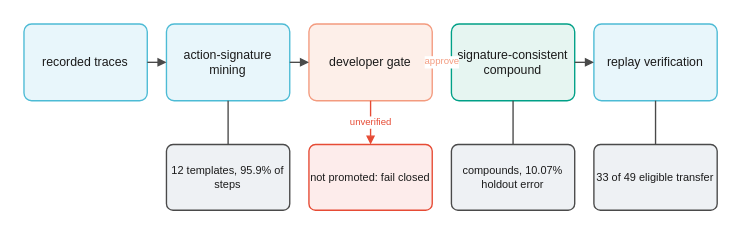
This is docs/diagrams/wide_dia_3_learning_pipeline.drawio from chenxingqiang/thinkbase-project, a draw.io file, before an edit. Source tidied: cells renumbered, new cells numbered last; positions are measured from the earlier drawing's top-left corner, leaving out a move shared by most shapes. Both pictures are drawn from the tidied source at 137%, with x=0, y=0 at pixel (23, 23).
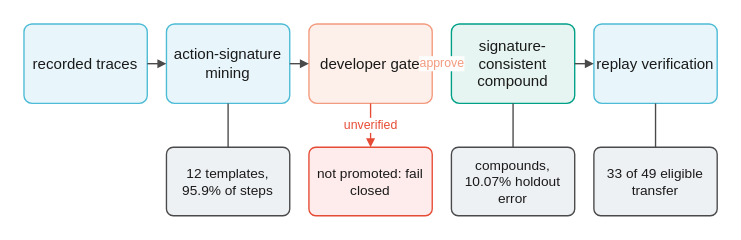
The same page after the edit.

What changed in the source:
```diff
@@
 <mxGraphModel>
   <root>
     <mxCell id="0" />
     <mxCell id="1" parent="0" />
-    <mxCell id="2" value="recorded traces" style="rounded=1;whiteSpace=wrap;html=1;arcSize=10;fillColor=#e8f6fb;strokeColor=#4dbbd5;strokeWidth=1;fontFamily=Helvetica;fontSize=9;fontColor=#1a1a1a;align=center;verticalAlign=middle;" parent="1" vertex="1">
-      <mxGeometry width="90" height="56" as="geometry" />
+    <mxCell id="2" value="recorded traces" style="rounded=1;whiteSpace=wrap;html=1;arcSize=10;fillColor=#e8f6fb;strokeColor=#4dbbd5;strokeWidth=1;fontFamily=Helvetica;fontSize=11;fontColor=#1a1a1a;align=center;verticalAlign=middle;" parent="1" vertex="1">
+      <mxGeometry width="90" height="58" as="geometry" />
     </mxCell>
-    <mxCell id="3" value="action-signature mining" style="rounded=1;whiteSpace=wrap;html=1;arcSize=10;fillColor=#e8f6fb;strokeColor=#4dbbd5;strokeWidth=1;fontFamily=Helvetica;fontSize=9;fontColor=#1a1a1a;align=center;verticalAlign=middle;" parent="1" vertex="1">
-      <mxGeometry x="104" width="90" height="56" as="geometry" />
+    <mxCell id="3" value="action-signature mining" style="rounded=1;whiteSpace=wrap;html=1;arcSize=10;fillColor=#e8f6fb;strokeColor=#4dbbd5;strokeWidth=1;fontFamily=Helvetica;fontSize=11;fontColor=#1a1a1a;align=center;verticalAlign=middle;" parent="1" vertex="1">
+      <mxGeometry x="104" width="90" height="58" as="geometry" />
     </mxCell>
-    <mxCell id="4" value="developer gate" style="rounded=1;whiteSpace=wrap;html=1;arcSize=10;fillColor=#fdefe9;strokeColor=#f39b7f;strokeWidth=1;fontFamily=Helvetica;fontSize=9;fontColor=#1a1a1a;align=center;verticalAlign=middle;" parent="1" vertex="1">
-      <mxGeometry x="208" width="90" height="56" as="geometry" />
+    <mxCell id="4" value="developer gate" style="rounded=1;whiteSpace=wrap;html=1;arcSize=10;fillColor=#fdefe9;strokeColor=#f39b7f;strokeWidth=1;fontFamily=Helvetica;fontSize=11;fontColor=#1a1a1a;align=center;verticalAlign=middle;" parent="1" vertex="1">
+      <mxGeometry x="208" width="90" height="58" as="geometry" />
     </mxCell>
-    <mxCell id="5" value="signature-consistent compound" style="rounded=1;whiteSpace=wrap;html=1;arcSize=10;fillColor=#e6f5f1;strokeColor=#00a087;strokeWidth=1;fontFamily=Helvetica;fontSize=9;fontColor=#1a1a1a;align=center;verticalAlign=middle;" parent="1" vertex="1">
-      <mxGeometry x="312" width="90" height="56" as="geometry" />
+    <mxCell id="5" value="signature-consistent compound" style="rounded=1;whiteSpace=wrap;html=1;arcSize=10;fillColor=#e6f5f1;strokeColor=#00a087;strokeWidth=1;fontFamily=Helvetica;fontSize=11;fontColor=#1a1a1a;align=center;verticalAlign=middle;" parent="1" vertex="1">
+      <mxGeometry x="312" width="90" height="58" as="geometry" />
     </mxCell>
-    <mxCell id="6" value="replay verification" style="rounded=1;whiteSpace=wrap;html=1;arcSize=10;fillColor=#e8f6fb;strokeColor=#4dbbd5;strokeWidth=1;fontFamily=Helvetica;fontSize=9;fontColor=#1a1a1a;align=center;verticalAlign=middle;" parent="1" vertex="1">
-      <mxGeometry x="416" width="90" height="56" as="geometry" />
+    <mxCell id="6" value="replay verification" style="rounded=1;whiteSpace=wrap;html=1;arcSize=10;fillColor=#e8f6fb;strokeColor=#4dbbd5;strokeWidth=1;fontFamily=Helvetica;fontSize=11;fontColor=#1a1a1a;align=center;verticalAlign=middle;" parent="1" vertex="1">
+      <mxGeometry x="416" width="90" height="58" as="geometry" />
     </mxCell>
     <mxCell id="7" style="edgeStyle=orthogonalEdgeStyle;rounded=1;curved=0;html=1;strokeColor=#4a4a4a;strokeWidth=1;endArrow=block;endFill=1;endSize=4;exitX=1;exitY=0.5;exitDx=0;exitDy=0;entryX=0;entryY=0.5;entryDx=0;entryDy=0;fontFamily=Helvetica;fontSize=8;fontColor=#4a4a4a;labelBackgroundColor=#ffffff;" parent="1" edge="1" source="2" target="3">
       <mxGeometry relative="1" as="geometry" />
     </mxCell>
     <mxCell id="8" style="edgeStyle=orthogonalEdgeStyle;rounded=1;curved=0;html=1;strokeColor=#4a4a4a;strokeWidth=1;endArrow=block;endFill=1;endSize=4;exitX=1;exitY=0.5;exitDx=0;exitDy=0;entryX=0;entryY=0.5;entryDx=0;entryDy=0;fontFamily=Helvetica;fontSize=8;fontColor=#4a4a4a;labelBackgroundColor=#ffffff;" parent="1" edge="1" source="3" target="4">
       <mxGeometry relative="1" as="geometry" />
     </mxCell>
-    <mxCell id="9" value="approve" style="edgeStyle=orthogonalEdgeStyle;rounded=1;curved=0;html=1;strokeColor=#f39b7f;strokeWidth=1;endArrow=block;endFill=1;endSize=4;exitX=1;exitY=0.5;exitDx=0;exitDy=0;entryX=0;entryY=0.5;entryDx=0;entryDy=0;fontFamily=Helvetica;fontSize=7;fontColor=#f39b7f;labelBackgroundColor=#ffffff;" parent="1" edge="1" source="4" target="5">
+    <mxCell id="9" value="approve" style="edgeStyle=orthogonalEdgeStyle;rounded=1;curved=0;html=1;strokeColor=#f39b7f;strokeWidth=1;endArrow=block;endFill=1;endSize=4;exitX=1;exitY=0.5;exitDx=0;exitDy=0;entryX=0;entryY=0.5;entryDx=0;entryDy=0;fontFamily=Helvetica;fontSize=9;fontColor=#f39b7f;labelBackgroundColor=#ffffff;" parent="1" edge="1" source="4" target="5">
       <mxGeometry relative="1" as="geometry" />
     </mxCell>
     <mxCell id="10" style="edgeStyle=orthogonalEdgeStyle;rounded=1;curved=0;html=1;strokeColor=#4a4a4a;strokeWidth=1;endArrow=block;endFill=1;endSize=4;exitX=1;exitY=0.5;exitDx=0;exitDy=0;entryX=0;entryY=0.5;entryDx=0;entryDy=0;fontFamily=Helvetica;fontSize=8;fontColor=#4a4a4a;labelBackgroundColor=#ffffff;" parent="1" edge="1" source="5" target="6">
       <mxGeometry relative="1" as="geometry" />
     </mxCell>
-    <mxCell id="11" value="12 templates, 95.9% of steps" style="rounded=1;whiteSpace=wrap;html=1;arcSize=10;fillColor=#eef1f4;strokeColor=#4a4a4a;strokeWidth=1;fontFamily=Helvetica;fontSize=8;fontColor=#1a1a1a;align=center;verticalAlign=middle;" parent="1" vertex="1">
-      <mxGeometry x="104" y="88" width="90" height="48" as="geometry" />
+    <mxCell id="11" value="12 templates, 95.9% of steps" style="rounded=1;whiteSpace=wrap;html=1;arcSize=10;fillColor=#eef1f4;strokeColor=#4a4a4a;strokeWidth=1;fontFamily=Helvetica;fontSize=10;fontColor=#1a1a1a;align=center;verticalAlign=middle;" parent="1" vertex="1">
+      <mxGeometry x="104" y="90" width="90" height="50" as="geometry" />
     </mxCell>
-    <mxCell id="12" value="compounds, 10.07% holdout error" style="rounded=1;whiteSpace=wrap;html=1;arcSize=10;fillColor=#eef1f4;strokeColor=#4a4a4a;strokeWidth=1;fontFamily=Helvetica;fontSize=8;fontColor=#1a1a1a;align=center;verticalAlign=middle;" parent="1" vertex="1">
-      <mxGeometry x="312" y="88" width="90" height="48" as="geometry" />
+    <mxCell id="12" value="compounds, 10.07% holdout error" style="rounded=1;whiteSpace=wrap;html=1;arcSize=10;fillColor=#eef1f4;strokeColor=#4a4a4a;strokeWidth=1;fontFamily=Helvetica;fontSize=10;fontColor=#1a1a1a;align=center;verticalAlign=middle;" parent="1" vertex="1">
+      <mxGeometry x="312" y="90" width="90" height="50" as="geometry" />
     </mxCell>
-    <mxCell id="13" value="33 of 49 eligible transfer" style="rounded=1;whiteSpace=wrap;html=1;arcSize=10;fillColor=#eef1f4;strokeColor=#4a4a4a;strokeWidth=1;fontFamily=Helvetica;fontSize=8;fontColor=#1a1a1a;align=center;verticalAlign=middle;" parent="1" vertex="1">
-      <mxGeometry x="416" y="88" width="90" height="48" as="geometry" />
+    <mxCell id="13" value="33 of 49 eligible transfer" style="rounded=1;whiteSpace=wrap;html=1;arcSize=10;fillColor=#eef1f4;strokeColor=#4a4a4a;strokeWidth=1;fontFamily=Helvetica;fontSize=10;fontColor=#1a1a1a;align=center;verticalAlign=middle;" parent="1" vertex="1">
+      <mxGeometry x="416" y="90" width="90" height="50" as="geometry" />
     </mxCell>
     <mxCell id="14" style="edgeStyle=orthogonalEdgeStyle;rounded=1;curved=0;html=1;strokeColor=#4a4a4a;strokeWidth=1;endArrow=none;exitX=0.5;exitY=1;exitDx=0;exitDy=0;entryX=0.5;entryY=0;entryDx=0;entryDy=0;fontFamily=Helvetica;fontSize=8;fontColor=#4a4a4a;labelBackgroundColor=#ffffff;" parent="1" edge="1" source="3" target="11">
       <mxGeometry relative="1" as="geometry" />
     </mxCell>
     <mxCell id="15" style="edgeStyle=orthogonalEdgeStyle;rounded=1;curved=0;html=1;strokeColor=#4a4a4a;strokeWidth=1;endArrow=none;exitX=0.5;exitY=1;exitDx=0;exitDy=0;entryX=0.5;entryY=0;entryDx=0;entryDy=0;fontFamily=Helvetica;fontSize=8;fontColor=#4a4a4a;labelBackgroundColor=#ffffff;" parent="1" edge="1" source="5" target="12">
       <mxGeometry relative="1" as="geometry" />
     </mxCell>
     <mxCell id="16" style="edgeStyle=orthogonalEdgeStyle;rounded=1;curved=0;html=1;strokeColor=#4a4a4a;strokeWidth=1;endArrow=none;exitX=0.5;exitY=1;exitDx=0;exitDy=0;entryX=0.5;entryY=0;entryDx=0;entryDy=0;fontFamily=Helvetica;fontSize=8;fontColor=#4a4a4a;labelBackgroundColor=#ffffff;" parent="1" edge="1" source="6" target="13">
       <mxGeometry relative="1" as="geometry" />
     </mxCell>
-    <mxCell id="17" value="not promoted: fail closed" style="rounded=1;whiteSpace=wrap;html=1;arcSize=10;fillColor=#fdeceb;strokeColor=#e64b35;strokeWidth=1;fontFamily=Helvetica;fontSize=8;fontColor=#1a1a1a;align=center;verticalAlign=middle;" parent="1" vertex="1">
-      <mxGeometry x="208" y="88" width="90" height="48" as="geometry" />
+    <mxCell id="17" value="not promoted: fail closed" style="rounded=1;whiteSpace=wrap;html=1;arcSize=10;fillColor=#fdeceb;strokeColor=#e64b35;strokeWidth=1;fontFamily=Helvetica;fontSize=10;fontColor=#1a1a1a;align=center;verticalAlign=middle;" parent="1" vertex="1">
+      <mxGeometry x="208" y="90" width="90" height="50" as="geometry" />
     </mxCell>
-    <mxCell id="18" value="unverified" style="edgeStyle=orthogonalEdgeStyle;rounded=1;curved=0;html=1;strokeColor=#e64b35;strokeWidth=1;endArrow=block;endFill=1;endSize=4;exitX=0.5;exitY=1;exitDx=0;exitDy=0;entryX=0.5;entryY=0;entryDx=0;entryDy=0;fontFamily=Helvetica;fontSize=7;fontColor=#e64b35;labelBackgroundColor=#ffffff;" parent="1" edge="1" source="4" target="17">
+    <mxCell id="18" value="unverified" style="edgeStyle=orthogonalEdgeStyle;rounded=1;curved=0;html=1;strokeColor=#e64b35;strokeWidth=1;endArrow=block;endFill=1;endSize=4;exitX=0.5;exitY=1;exitDx=0;exitDy=0;entryX=0.5;entryY=0;entryDx=0;entryDy=0;fontFamily=Helvetica;fontSize=9;fontColor=#e64b35;labelBackgroundColor=#ffffff;" parent="1" edge="1" source="4" target="17">
       <mxGeometry relative="1" as="geometry" />
     </mxCell>
   </root>
 </mxGraphModel>
```
